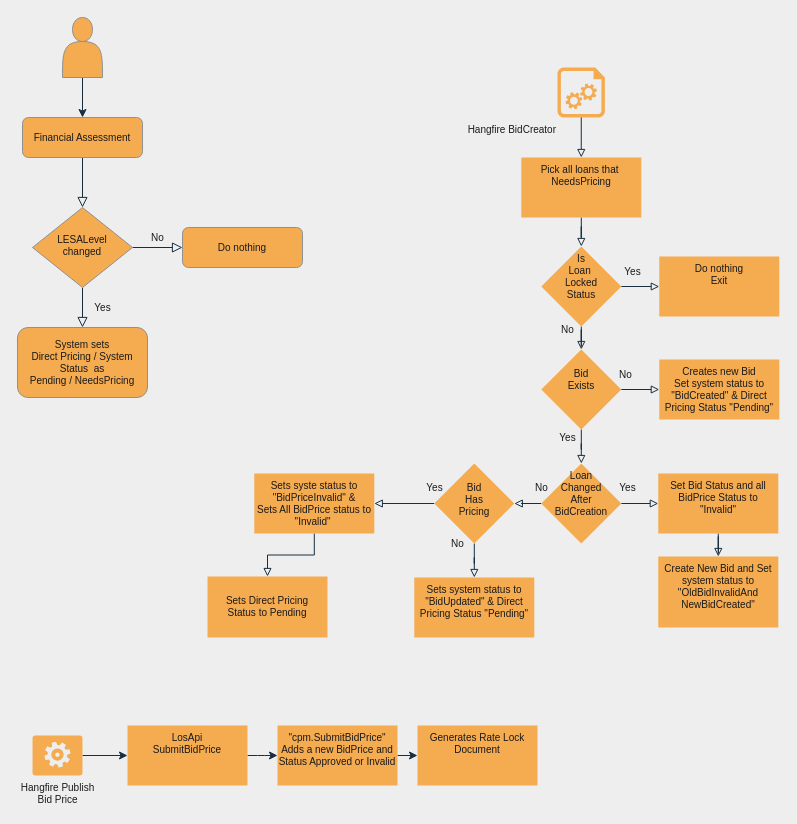
The draw.io diagram FCLP-Pricing.drawio in lhesnadeemshaikh/pluralsight-course-react-aspnet-core, before the edit. Source tidied: cells renumbered, new cells numbered last; positions are measured from the earlier drawing's top-left corner, leaving out a move shared by most shapes. Both pictures are drawn from the tidied source at 100%, with x=0, y=0 at pixel (17, 17).
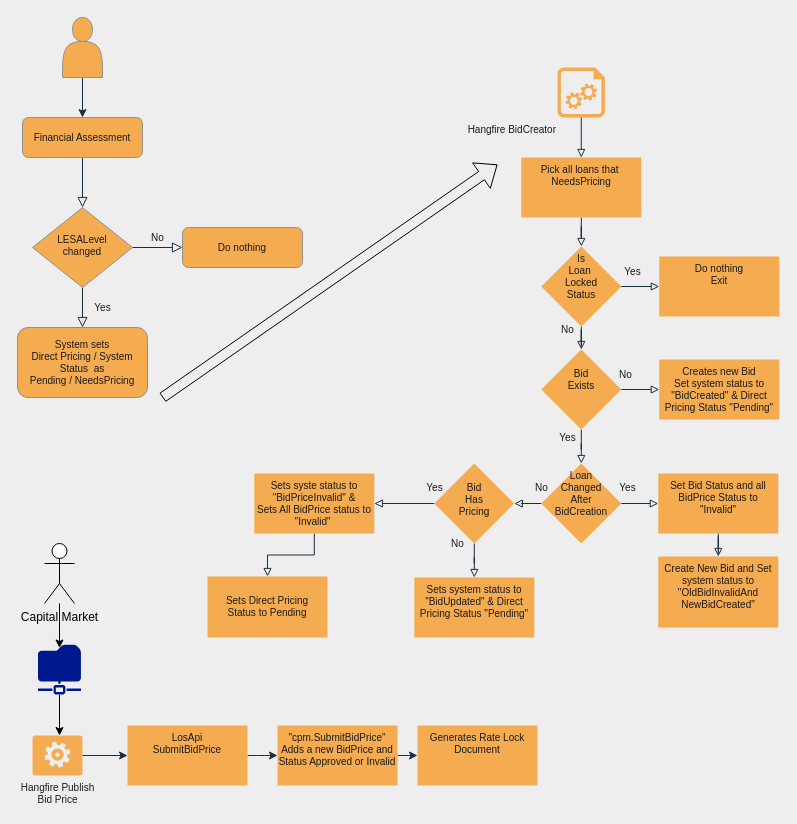
Above is the later version.

Diff of the diagram source:
```diff
@@
+    <mxCell id="43" style="shape=flexArrow;endArrow=classic;html=1;" parent="1" edge="1">
+      <mxGeometry relative="1" as="geometry">
+        <mxPoint x="145" y="380" as="sourcePoint" />
+        <mxPoint x="480" y="147" as="targetPoint" />
+      </mxGeometry>
+    </mxCell>
+    <mxCell id="44" style="edgeStyle=orthogonalEdgeStyle;rounded=0;jettySize=auto;html=1;entryX=0.5;entryY=0.07;entryDx=0;entryDy=0;entryPerimeter=0;" parent="1" edge="1" source="45" target="47">
+      <mxGeometry relative="1" as="geometry" />
+    </mxCell>
+    <mxCell id="45" value="Capital Market" style="shape=umlActor;verticalLabelPosition=bottom;verticalAlign=top;html=1;outlineConnect=0;" parent="1" vertex="1">
+      <mxGeometry x="27" y="526" width="30" height="60" as="geometry" />
+    </mxCell>
+    <mxCell id="46" style="edgeStyle=orthogonalEdgeStyle;rounded=0;jettySize=auto;html=1;entryX=0.5;entryY=0;entryDx=0;entryDy=0;entryPerimeter=0;" parent="1" edge="1" source="47">
+      <mxGeometry relative="1" as="geometry">
+        <mxPoint x="42" y="718" as="targetPoint" />
+      </mxGeometry>
+    </mxCell>
+    <mxCell id="47" style="shadow=0;dashed=0;html=1;strokeColor=none;labelPosition=center;verticalLabelPosition=bottom;verticalAlign=top;align=center;fillColor=#00188D;shape=mxgraph.mscae.enterprise.shared_folder;" parent="1" vertex="1">
+      <mxGeometry x="20.5" y="627" width="43" height="50" as="geometry" />
+    </mxCell>
```
